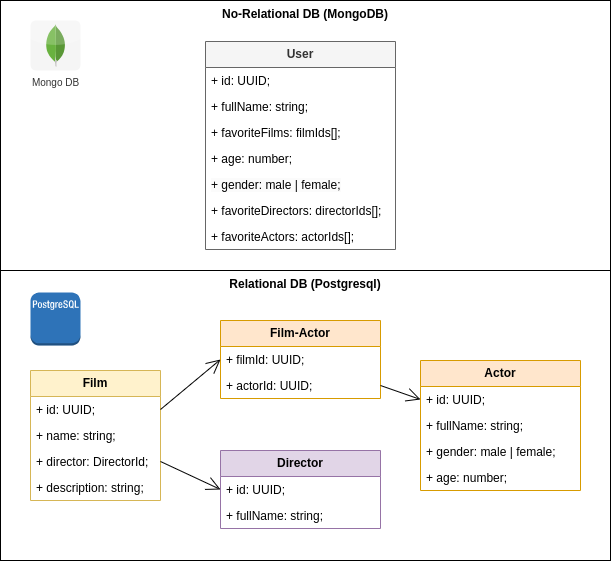
Before: Movies-library.drawio.png, a diagram exported from draw.io (21Michael/movies-library). Source tidied: cells renumbered, new cells last; positions are measured from the earlier drawing's top-left corner, leaving out a move shared by most shapes.
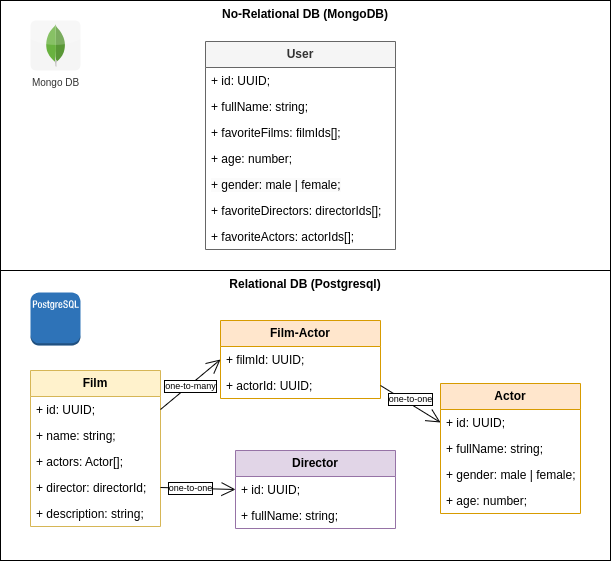
Later version of the same file.

Diff of the diagram source:
```diff
@@ -6,7 +6,7 @@
       <mxGeometry y="270" width="610" height="290" as="geometry" />
     </mxCell>
     <mxCell id="3" value="&lt;b&gt;Film&lt;/b&gt;" style="swimlane;fontStyle=0;horizontal=1;startSize=26;fillColor=#fff2cc;whiteSpace=wrap;html=1;strokeColor=#d6b656;" parent="1" vertex="1">
-      <mxGeometry x="30" y="370" width="130" height="130" as="geometry" />
+      <mxGeometry x="30" y="370" width="130" height="156" as="geometry" />
     </mxCell>
     <mxCell id="4" value="+ id: UUID;" style="text;strokeColor=none;fillColor=none;align=left;verticalAlign=top;spacingLeft=4;spacingRight=4;overflow=hidden;points=[[0,0.5],[1,0.5]];portConstraint=eastwest;whiteSpace=wrap;html=1;" parent="3" vertex="1">
       <mxGeometry y="26" width="130" height="26" as="geometry" />
@@ -14,14 +14,17 @@
     <mxCell id="5" value="+ name: string;" style="text;strokeColor=none;fillColor=none;align=left;verticalAlign=top;spacingLeft=4;spacingRight=4;overflow=hidden;whiteSpace=wrap;html=1;" parent="3" vertex="1">
       <mxGeometry y="52" width="130" height="26" as="geometry" />
     </mxCell>
+    <mxCell id="33" value="+ actors: Actor[];" style="text;strokeColor=none;fillColor=none;align=left;verticalAlign=top;spacingLeft=4;spacingRight=4;overflow=hidden;whiteSpace=wrap;html=1;" parent="3" vertex="1">
+      <mxGeometry y="78" width="130" height="26" as="geometry" />
+    </mxCell>
-    <mxCell id="6" value="+ director: DirectorId;" style="text;strokeColor=none;fillColor=none;align=left;verticalAlign=top;spacingLeft=4;spacingRight=4;overflow=hidden;points=[[0,0.5],[1,0.5]];portConstraint=eastwest;whiteSpace=wrap;html=1;" parent="3" vertex="1">
-      <mxGeometry y="78" width="130" height="26" as="geometry" />
+    <mxCell id="6" value="+ director: directorId;" style="text;strokeColor=none;fillColor=none;align=left;verticalAlign=top;spacingLeft=4;spacingRight=4;overflow=hidden;points=[[0,0.5],[1,0.5]];portConstraint=eastwest;whiteSpace=wrap;html=1;" parent="3" vertex="1">
+      <mxGeometry y="104" width="130" height="26" as="geometry" />
     </mxCell>
     <mxCell id="7" value="+ description: string;" style="text;strokeColor=none;fillColor=none;align=left;verticalAlign=top;spacingLeft=4;spacingRight=4;overflow=hidden;whiteSpace=wrap;html=1;" parent="3" vertex="1">
-      <mxGeometry y="104" width="130" height="26" as="geometry" />
+      <mxGeometry y="130" width="130" height="26" as="geometry" />
     </mxCell>
     <mxCell id="8" value="&lt;b&gt;Director&lt;/b&gt;" style="swimlane;fontStyle=0;horizontal=1;startSize=26;fillColor=#e1d5e7;whiteSpace=wrap;html=1;strokeColor=#9673a6;" parent="1" vertex="1">
-      <mxGeometry x="220" y="450" width="160" height="78" as="geometry" />
+      <mxGeometry x="235" y="450" width="160" height="78" as="geometry" />
     </mxCell>
     <mxCell id="9" value="+ id: UUID;" style="text;strokeColor=none;fillColor=none;align=left;verticalAlign=top;spacingLeft=4;spacingRight=4;overflow=hidden;points=[[0,0.5],[1,0.5]];portConstraint=eastwest;whiteSpace=wrap;html=1;" parent="8" vertex="1">
       <mxGeometry y="26" width="160" height="26" as="geometry" />
@@ -30,19 +33,19 @@
       <mxGeometry y="52" width="160" height="26" as="geometry" />
     </mxCell>
     <mxCell id="11" value="&lt;b&gt;Actor&lt;/b&gt;" style="swimlane;fontStyle=0;horizontal=1;startSize=26;fillColor=#ffe6cc;whiteSpace=wrap;html=1;strokeColor=#d79b00;" parent="1" vertex="1">
-      <mxGeometry x="420" y="360" width="160" height="130" as="geometry" />
+      <mxGeometry x="440" y="383" width="140" height="130" as="geometry" />
     </mxCell>
     <mxCell id="12" value="+ id: UUID;" style="text;strokeColor=none;fillColor=none;align=left;verticalAlign=top;spacingLeft=4;spacingRight=4;overflow=hidden;points=[[0,0.5],[1,0.5]];portConstraint=eastwest;whiteSpace=wrap;html=1;" parent="11" vertex="1">
-      <mxGeometry y="26" width="160" height="26" as="geometry" />
+      <mxGeometry y="26" width="140" height="26" as="geometry" />
     </mxCell>
     <mxCell id="13" value="+ fullName: string;" style="text;strokeColor=none;fillColor=none;align=left;verticalAlign=top;spacingLeft=4;spacingRight=4;overflow=hidden;whiteSpace=wrap;html=1;" parent="11" vertex="1">
-      <mxGeometry y="52" width="160" height="26" as="geometry" />
+      <mxGeometry y="52" width="140" height="26" as="geometry" />
     </mxCell>
     <mxCell id="14" value="+ gender: male | female;" style="text;strokeColor=none;fillColor=none;align=left;verticalAlign=top;spacingLeft=4;spacingRight=4;overflow=hidden;whiteSpace=wrap;html=1;" parent="11" vertex="1">
-      <mxGeometry y="78" width="160" height="26" as="geometry" />
+      <mxGeometry y="78" width="140" height="26" as="geometry" />
     </mxCell>
     <mxCell id="15" value="+ age: number;" style="text;strokeColor=none;fillColor=none;align=left;verticalAlign=top;spacingLeft=4;spacingRight=4;overflow=hidden;whiteSpace=wrap;html=1;" parent="11" vertex="1">
-      <mxGeometry y="104" width="160" height="26" as="geometry" />
+      <mxGeometry y="104" width="140" height="26" as="geometry" />
     </mxCell>
     <mxCell id="16" style="dashed=0;verticalLabelPosition=bottom;verticalAlign=top;align=center;html=1;shape=mxgraph.aws3.postgre_sql_instance;fillColor=#2E73B8;gradientColor=none;" parent="1" vertex="1">
       <mxGeometry x="30" y="292" width="50" height="53" as="geometry" />
@@ -89,11 +92,26 @@
     <mxCell id="30" style="endArrow=open;endFill=1;endSize=12;html=1;rounded=0;exitX=1;exitY=0.5;exitDx=0;exitDy=0;entryX=0;entryY=0.5;entryDx=0;entryDy=0;" parent="1" edge="1" source="6" target="9">
       <mxGeometry relative="1" as="geometry" />
     </mxCell>
+    <mxCell id="34" value="one-to-one" style="edgeLabel;html=1;align=center;verticalAlign=middle;labelBorderColor=default;fontSize=9;" parent="30" vertex="1">
+      <mxGeometry x="-0.36" y="1" relative="1" as="geometry">
+        <mxPoint x="6" y="1" as="offset" />
+      </mxGeometry>
+    </mxCell>
     <mxCell id="31" style="endArrow=open;endFill=1;endSize=12;html=1;rounded=0;exitX=1;exitY=0.5;exitDx=0;exitDy=0;entryX=0;entryY=0.5;entryDx=0;entryDy=0;" parent="1" edge="1" source="4" target="28">
       <mxGeometry relative="1" as="geometry" />
     </mxCell>
+    <mxCell id="35" value="one-to-many" style="edgeLabel;html=1;align=center;verticalAlign=middle;labelBorderColor=default;fontSize=9;" parent="31" vertex="1">
+      <mxGeometry x="-0.3" y="-1" relative="1" as="geometry">
+        <mxPoint x="8" y="-7" as="offset" />
+      </mxGeometry>
+    </mxCell>
     <mxCell id="32" style="endArrow=open;endFill=1;endSize=12;html=1;rounded=0;exitX=1;exitY=0.5;exitDx=0;exitDy=0;entryX=0;entryY=0.5;entryDx=0;entryDy=0;" parent="1" edge="1" source="29" target="12">
       <mxGeometry relative="1" as="geometry" />
     </mxCell>
+    <mxCell id="36" value="one-to-one" style="edgeLabel;html=1;align=center;verticalAlign=middle;labelBorderColor=default;fontSize=9;" parent="32" vertex="1">
+      <mxGeometry x="-0.25" y="-1" relative="1" as="geometry">
+        <mxPoint x="8" y="-1" as="offset" />
+      </mxGeometry>
+    </mxCell>
   </root>
 </mxGraphModel>
```
